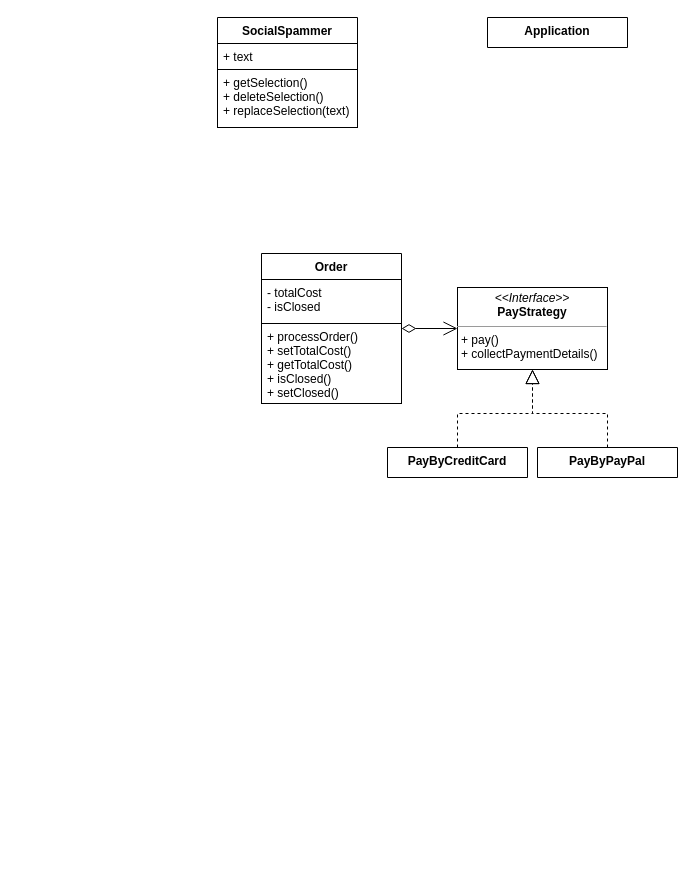
Before: page "Strategy" (20 of 22) of Diagramas.drawio in estebansalas18/Patrones-GoF, a draw.io diagram. Source tidied: cells renumbered, new cells numbered last; positions are measured from the earlier drawing's top-left corner, leaving out a move shared by most shapes. Both pictures are drawn from the tidied source at 100%, with x=0, y=0 at pixel (217, 17).
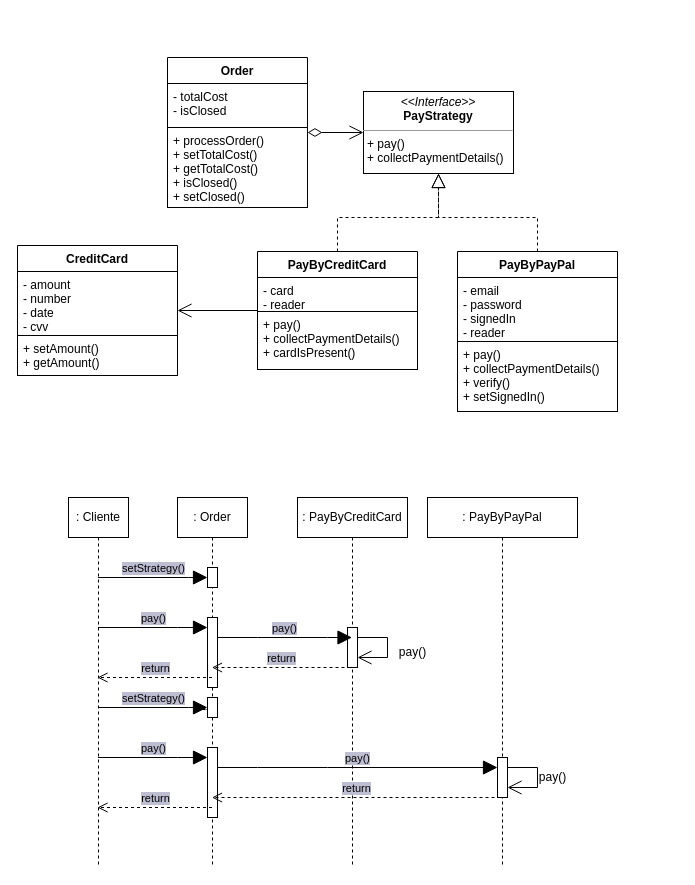
Above is the later version.

What changed in the source:
```diff
@@
+    <mxCell id="15" style="edgeStyle=orthogonalEdgeStyle;rounded=0;jettySize=auto;html=1;endArrow=open;endFill=0;endSize=12;" parent="1" edge="1" source="2" target="18">
+      <mxGeometry relative="1" as="geometry" />
+    </mxCell>
-    <mxCell id="2" value="SocialSpammer" style="swimlane;fontStyle=1;align=center;verticalAlign=top;horizontal=1;startSize=26;rounded=0;shadow=0;labelBackgroundColor=none;sketch=0;fillStyle=auto;fontColor=#000000;strokeColor=#000000;strokeWidth=1;fillColor=#FFFFFF;gradientColor=none;" parent="1" vertex="1">
-      <mxGeometry width="140" height="110" as="geometry" />
+    <mxCell id="2" value="PayByCreditCard" style="swimlane;fontStyle=1;align=center;verticalAlign=top;horizontal=1;startSize=26;rounded=0;shadow=0;labelBackgroundColor=none;sketch=0;fillStyle=auto;fontColor=#000000;strokeColor=#000000;strokeWidth=1;fillColor=#FFFFFF;gradientColor=none;" parent="1" vertex="1">
+      <mxGeometry x="40" y="234" width="160" height="118" as="geometry" />
     </mxCell>
-    <mxCell id="3" value="+ text" style="text;strokeColor=#000000;fillColor=#FFFFFF;align=left;verticalAlign=top;spacingLeft=4;spacingRight=4;overflow=hidden;rounded=0;shadow=0;labelBackgroundColor=none;sketch=0;fillStyle=auto;fontColor=#000000;" parent="2" vertex="1">
-      <mxGeometry y="26" width="140" height="26" as="geometry" />
+    <mxCell id="3" value="- card&#10;- reader" style="text;strokeColor=#000000;fillColor=#FFFFFF;align=left;verticalAlign=top;spacingLeft=4;spacingRight=4;overflow=hidden;rounded=0;shadow=0;labelBackgroundColor=none;sketch=0;fillStyle=auto;fontColor=#000000;" parent="2" vertex="1">
+      <mxGeometry y="26" width="160" height="34" as="geometry" />
     </mxCell>
-    <mxCell id="4" value="+ getSelection()&#10;+ deleteSelection()&#10;+ replaceSelection(text)" style="text;strokeColor=#000000;fillColor=#FFFFFF;align=left;verticalAlign=top;spacingLeft=4;spacingRight=4;overflow=hidden;rounded=0;shadow=0;labelBackgroundColor=none;sketch=0;fillStyle=auto;fontColor=#000000;" parent="2" vertex="1">
-      <mxGeometry y="52" width="140" height="58" as="geometry" />
+    <mxCell id="4" value="+ pay()&#10;+ collectPaymentDetails()&#10;+ cardIsPresent()" style="text;strokeColor=#000000;fillColor=#FFFFFF;align=left;verticalAlign=top;spacingLeft=4;spacingRight=4;overflow=hidden;rounded=0;shadow=0;labelBackgroundColor=none;sketch=0;fillStyle=auto;fontColor=#000000;" parent="2" vertex="1">
+      <mxGeometry y="60" width="160" height="58" as="geometry" />
     </mxCell>
     <mxCell id="5" value="&lt;p style=&quot;margin:0px;margin-top:4px;text-align:center;&quot;&gt;&lt;i&gt;&amp;lt;&amp;lt;Interface&amp;gt;&amp;gt;&lt;/i&gt;&lt;br&gt;&lt;b&gt;PayStrategy&lt;/b&gt;&lt;/p&gt;&lt;hr size=&quot;1&quot;&gt;&lt;p style=&quot;margin:0px;margin-left:4px;&quot;&gt;&lt;span style=&quot;background-color: initial;&quot;&gt;+ pay()&lt;/span&gt;&lt;/p&gt;&lt;p style=&quot;margin:0px;margin-left:4px;&quot;&gt;+ collectPaymentDetails()&lt;/p&gt;" style="verticalAlign=top;align=left;overflow=fill;fontSize=12;fontFamily=Helvetica;html=1;fillColor=#FFFFFF;fontColor=#000000;strokeColor=#000000;" parent="1" vertex="1">
-      <mxGeometry x="240" y="270" width="150" height="82" as="geometry" />
+      <mxGeometry x="146" y="74" width="150" height="82" as="geometry" />
     </mxCell>
-    <mxCell id="6" value="Application" style="swimlane;fontStyle=1;align=center;verticalAlign=top;horizontal=1;startSize=110;labelBackgroundColor=none;strokeWidth=1;strokeColor=#000000;swimlaneLine=1;fillColor=#FFFFFF;" parent="1" vertex="1">
-      <mxGeometry x="270" width="140" height="30" as="geometry" />
-    </mxCell>
@@
     <mxCell id="8" value="Order" style="swimlane;fontStyle=1;align=center;verticalAlign=top;horizontal=1;startSize=26;rounded=0;shadow=0;labelBackgroundColor=none;sketch=0;fillStyle=auto;fontColor=#000000;strokeColor=#000000;strokeWidth=1;fillColor=#FFFFFF;gradientColor=none;" parent="1" vertex="1">
-      <mxGeometry x="44" y="236" width="140" height="150" as="geometry" />
+      <mxGeometry x="-50" y="40" width="140" height="150" as="geometry" />
     </mxCell>
@@
+    <mxCell id="13" style="edgeStyle=orthogonalEdgeStyle;rounded=0;jettySize=auto;html=1;startArrow=none;startFill=0;endArrow=block;endFill=0;startSize=12;endSize=12;dashed=1;" parent="1" edge="1" source="2" target="5">
+      <mxGeometry relative="1" as="geometry" />
+    </mxCell>
-    <mxCell id="12" value="PayByPayPal" style="swimlane;fontStyle=1;align=center;verticalAlign=top;horizontal=1;startSize=110;labelBackgroundColor=none;strokeWidth=1;strokeColor=#000000;swimlaneLine=1;fillColor=#FFFFFF;" parent="1" vertex="1">
-      <mxGeometry x="320" y="430" width="140" height="30" as="geometry" />
+    <mxCell id="12" value="PayByPayPal" style="swimlane;fontStyle=1;align=center;verticalAlign=top;horizontal=1;startSize=26;rounded=0;shadow=0;labelBackgroundColor=none;sketch=0;fillStyle=auto;fontColor=#000000;strokeColor=#000000;strokeWidth=1;fillColor=#FFFFFF;gradientColor=none;" parent="1" vertex="1">
+      <mxGeometry x="240" y="234" width="160" height="160" as="geometry" />
     </mxCell>
-    <mxCell id="13" style="edgeStyle=orthogonalEdgeStyle;rounded=0;jettySize=auto;html=1;startArrow=none;startFill=0;endArrow=block;endFill=0;startSize=12;endSize=12;dashed=1;" parent="1" edge="1" source="14" target="5">
-      <mxGeometry relative="1" as="geometry" />
-    </mxCell>
-    <mxCell id="14" value="PayByCreditCard" style="swimlane;fontStyle=1;align=center;verticalAlign=top;horizontal=1;startSize=110;labelBackgroundColor=none;strokeWidth=1;strokeColor=#000000;swimlaneLine=1;fillColor=#FFFFFF;" parent="1" vertex="1">
-      <mxGeometry x="170" y="430" width="140" height="30" as="geometry" />
-    </mxCell>
+    <mxCell id="16" value="- email&#10;- password&#10;- signedIn&#10;- reader" style="text;strokeColor=#000000;fillColor=#FFFFFF;align=left;verticalAlign=top;spacingLeft=4;spacingRight=4;overflow=hidden;rounded=0;shadow=0;labelBackgroundColor=none;sketch=0;fillStyle=auto;fontColor=#000000;" parent="12" vertex="1">
+      <mxGeometry y="26" width="160" height="64" as="geometry" />
+    </mxCell>
+    <mxCell id="17" value="+ pay()&#10;+ collectPaymentDetails()&#10;+ verify()&#10;+ setSignedIn()" style="text;strokeColor=#000000;fillColor=#FFFFFF;align=left;verticalAlign=top;spacingLeft=4;spacingRight=4;overflow=hidden;rounded=0;shadow=0;labelBackgroundColor=none;sketch=0;fillStyle=auto;fontColor=#000000;" parent="12" vertex="1">
+      <mxGeometry y="90" width="160" height="70" as="geometry" />
+    </mxCell>
+    <mxCell id="18" value="CreditCard" style="swimlane;fontStyle=1;align=center;verticalAlign=top;horizontal=1;startSize=26;rounded=0;shadow=0;labelBackgroundColor=none;sketch=0;fillStyle=auto;fontColor=#000000;strokeColor=#000000;strokeWidth=1;fillColor=#FFFFFF;gradientColor=none;" parent="1" vertex="1">
+      <mxGeometry x="-200" y="228" width="160" height="130" as="geometry" />
+    </mxCell>
+    <mxCell id="19" value="- amount&#10;- number&#10;- date&#10;- cvv" style="text;strokeColor=#000000;fillColor=#FFFFFF;align=left;verticalAlign=top;spacingLeft=4;spacingRight=4;overflow=hidden;rounded=0;shadow=0;labelBackgroundColor=none;sketch=0;fillStyle=auto;fontColor=#000000;" parent="18" vertex="1">
+      <mxGeometry y="26" width="160" height="64" as="geometry" />
+    </mxCell>
+    <mxCell id="20" value="+ setAmount()&#10;+ getAmount()" style="text;strokeColor=#000000;fillColor=#FFFFFF;align=left;verticalAlign=top;spacingLeft=4;spacingRight=4;overflow=hidden;rounded=0;shadow=0;labelBackgroundColor=none;sketch=0;fillStyle=auto;fontColor=#000000;" parent="18" vertex="1">
+      <mxGeometry y="90" width="160" height="40" as="geometry" />
+    </mxCell>
+    <mxCell id="21" value=": Cliente" style="shape=umlLifeline;perimeter=lifelinePerimeter;whiteSpace=wrap;html=1;outlineConnect=0;rounded=0;shadow=0;labelBackgroundColor=none;sketch=0;fillStyle=auto;fontColor=#000000;strokeColor=#000000;strokeWidth=1;fillColor=#FFFFFF;gradientColor=none;" parent="1" vertex="1">
+      <mxGeometry x="-149" y="480" width="60" height="370" as="geometry" />
+    </mxCell>
+    <mxCell id="22" value=": Order" style="shape=umlLifeline;perimeter=lifelinePerimeter;whiteSpace=wrap;html=1;outlineConnect=0;rounded=0;shadow=0;labelBackgroundColor=none;sketch=0;fillStyle=auto;fontColor=#000000;strokeColor=#000000;strokeWidth=1;fillColor=#FFFFFF;gradientColor=none;" parent="1" vertex="1">
+      <mxGeometry x="-40" y="480" width="70" height="370" as="geometry" />
+    </mxCell>
+    <mxCell id="23" style="html=1;verticalAlign=bottom;endArrow=none;dashed=1;endSize=8;rounded=0;labelBackgroundColor=#BEBED3;fontColor=#000000;strokeColor=#000000;strokeWidth=1;fillColor=#FFFFFF;jumpSize=10;" parent="22" edge="1">
+      <mxGeometry relative="1" as="geometry">
+        <mxPoint x="40" y="212" as="sourcePoint" />
+        <mxPoint x="35.5" y="212" as="targetPoint" />
+        <Array as="points">
+          <mxPoint x="25.5" y="212" />
+        </Array>
+      </mxGeometry>
+    </mxCell>
+    <mxCell id="24" style="html=1;points=[];perimeter=orthogonalPerimeter;rounded=0;shadow=0;labelBackgroundColor=none;sketch=0;fillStyle=auto;fontColor=#000000;strokeColor=#000000;strokeWidth=1;fillColor=#FFFFFF;gradientColor=none;" parent="22" vertex="1">
+      <mxGeometry x="30" y="70" width="10" height="20" as="geometry" />
+    </mxCell>
+    <mxCell id="25" value=": PayByCreditCard" style="shape=umlLifeline;perimeter=lifelinePerimeter;whiteSpace=wrap;html=1;outlineConnect=0;rounded=0;shadow=0;labelBackgroundColor=none;sketch=0;fillStyle=auto;fontColor=#000000;strokeColor=#000000;strokeWidth=1;fillColor=#FFFFFF;gradientColor=none;" parent="1" vertex="1">
+      <mxGeometry x="80" y="480" width="110" height="370" as="geometry" />
+    </mxCell>
+    <mxCell id="26" style="html=1;points=[];perimeter=orthogonalPerimeter;rounded=0;shadow=0;labelBackgroundColor=none;sketch=0;fillStyle=auto;fontColor=#000000;strokeColor=#000000;strokeWidth=1;fillColor=#FFFFFF;gradientColor=none;" parent="25" vertex="1">
+      <mxGeometry x="50" y="130" width="10" height="40" as="geometry" />
+    </mxCell>
+    <mxCell id="27" style="edgeStyle=orthogonalEdgeStyle;rounded=0;orthogonalLoop=1;jettySize=auto;html=1;endArrow=open;endFill=0;endSize=12;" parent="25" edge="1" source="26" target="26">
+      <mxGeometry relative="1" as="geometry">
+        <Array as="points">
+          <mxPoint x="90" y="150" />
+        </Array>
+      </mxGeometry>
+    </mxCell>
+    <mxCell id="28" value="setStrategy()" style="html=1;verticalAlign=bottom;endArrow=block;rounded=0;labelBackgroundColor=#BEBED3;fontColor=#000000;startSize=12;endSize=12;strokeColor=#000000;strokeWidth=1;fillColor=#FFFFFF;jumpSize=10;" parent="1" edge="1" source="21" target="24">
+      <mxGeometry relative="1" as="geometry">
+        <Array as="points">
+          <mxPoint x="-29" y="560" />
+        </Array>
+      </mxGeometry>
+    </mxCell>
+    <mxCell id="29" value="pay()" style="html=1;verticalAlign=bottom;endArrow=block;rounded=0;labelBackgroundColor=#BEBED3;fontColor=#000000;startSize=12;endSize=12;strokeColor=#000000;strokeWidth=1;fillColor=#FFFFFF;jumpSize=10;" parent="1" edge="1" source="21" target="34">
+      <mxGeometry relative="1" as="geometry">
+        <Array as="points">
+          <mxPoint x="-40" y="610" />
+          <mxPoint x="-10" y="610" />
+        </Array>
+      </mxGeometry>
+    </mxCell>
+    <mxCell id="30" value=": PayByPayPal" style="shape=umlLifeline;perimeter=lifelinePerimeter;whiteSpace=wrap;html=1;rounded=0;shadow=0;labelBackgroundColor=none;sketch=0;fillStyle=auto;fontColor=#000000;strokeColor=#000000;strokeWidth=1;fillColor=#FFFFFF;gradientColor=none;" parent="1" vertex="1">
+      <mxGeometry x="210" y="480" width="150" height="370" as="geometry" />
+    </mxCell>
+    <mxCell id="31" style="html=1;points=[];perimeter=orthogonalPerimeter;rounded=0;shadow=0;labelBackgroundColor=none;sketch=0;fillStyle=auto;fontColor=#000000;strokeColor=#000000;strokeWidth=1;fillColor=#FFFFFF;gradientColor=none;" parent="30" vertex="1">
+      <mxGeometry x="70" y="260" width="10" height="40" as="geometry" />
+    </mxCell>
+    <mxCell id="32" style="edgeStyle=orthogonalEdgeStyle;rounded=0;orthogonalLoop=1;jettySize=auto;html=1;endArrow=open;endFill=0;endSize=12;" parent="30" edge="1" source="31" target="31">
+      <mxGeometry relative="1" as="geometry">
+        <Array as="points">
+          <mxPoint x="110" y="270" />
+        </Array>
+      </mxGeometry>
+    </mxCell>
+    <mxCell id="33" value="pay()" style="text;html=1;align=center;verticalAlign=middle;strokeColor=none;fillColor=none;" parent="30" vertex="1">
+      <mxGeometry x="100" y="265" width="50" height="30" as="geometry" />
+    </mxCell>
+    <mxCell id="34" style="html=1;points=[];perimeter=orthogonalPerimeter;rounded=0;shadow=0;labelBackgroundColor=none;sketch=0;fillStyle=auto;fontColor=#000000;strokeColor=#000000;strokeWidth=1;fillColor=#FFFFFF;gradientColor=none;" parent="1" vertex="1">
+      <mxGeometry x="-10" y="600" width="10" height="70" as="geometry" />
+    </mxCell>
+    <mxCell id="35" value="pay()" style="html=1;verticalAlign=bottom;endArrow=block;rounded=0;labelBackgroundColor=#BEBED3;fontColor=#000000;startSize=12;endSize=12;strokeColor=#000000;strokeWidth=1;fillColor=#FFFFFF;jumpSize=10;" parent="1" edge="1" source="34" target="25">
+      <mxGeometry relative="1" as="geometry">
+        <Array as="points">
+          <mxPoint x="40" y="620" />
+          <mxPoint x="110" y="620" />
+        </Array>
+      </mxGeometry>
+    </mxCell>
+    <mxCell id="36" value="pay()" style="text;html=1;align=center;verticalAlign=middle;strokeColor=none;fillColor=none;" parent="1" vertex="1">
+      <mxGeometry x="170" y="620" width="50" height="30" as="geometry" />
+    </mxCell>
+    <mxCell id="37" value="return" style="html=1;verticalAlign=bottom;endArrow=open;dashed=1;endSize=8;rounded=0;labelBackgroundColor=#BEBED3;fontColor=#000000;strokeColor=#000000;strokeWidth=1;fillColor=#FFFFFF;jumpSize=10;startArrow=none;exitX=0.3;exitY=1;exitDx=0;exitDy=0;exitPerimeter=0;" parent="1" edge="1" source="26" target="22">
+      <mxGeometry relative="1" as="geometry" />
+    </mxCell>
+    <mxCell id="38" value="return" style="html=1;verticalAlign=bottom;endArrow=open;dashed=1;endSize=8;rounded=0;labelBackgroundColor=#BEBED3;fontColor=#000000;strokeColor=#000000;strokeWidth=1;fillColor=#FFFFFF;jumpSize=10;startArrow=none;" parent="1" edge="1" source="22">
+      <mxGeometry relative="1" as="geometry">
+        <mxPoint x="-120" y="660" as="targetPoint" />
+      </mxGeometry>
+    </mxCell>
+    <mxCell id="39" style="html=1;points=[];perimeter=orthogonalPerimeter;rounded=0;shadow=0;labelBackgroundColor=none;sketch=0;fillStyle=auto;fontColor=#000000;strokeColor=#000000;strokeWidth=1;fillColor=#FFFFFF;gradientColor=none;" parent="1" vertex="1">
+      <mxGeometry x="-10" y="680" width="10" height="20" as="geometry" />
+    </mxCell>
+    <mxCell id="40" value="setStrategy()" style="html=1;verticalAlign=bottom;endArrow=block;rounded=0;labelBackgroundColor=#BEBED3;fontColor=#000000;startSize=12;endSize=12;strokeColor=#000000;strokeWidth=1;fillColor=#FFFFFF;jumpSize=10;" parent="1" edge="1" target="39">
+      <mxGeometry relative="1" as="geometry">
+        <mxPoint x="-119.5" y="690" as="sourcePoint" />
+        <Array as="points">
+          <mxPoint x="-29" y="690" />
+        </Array>
+      </mxGeometry>
+    </mxCell>
+    <mxCell id="41" value="pay()" style="html=1;verticalAlign=bottom;endArrow=block;rounded=0;labelBackgroundColor=#BEBED3;fontColor=#000000;startSize=12;endSize=12;strokeColor=#000000;strokeWidth=1;fillColor=#FFFFFF;jumpSize=10;" parent="1" edge="1" target="42">
+      <mxGeometry relative="1" as="geometry">
+        <mxPoint x="-119.5" y="740" as="sourcePoint" />
+        <Array as="points">
+          <mxPoint x="-40" y="740" />
+          <mxPoint x="-10" y="740" />
+        </Array>
+      </mxGeometry>
+    </mxCell>
+    <mxCell id="42" style="html=1;points=[];perimeter=orthogonalPerimeter;rounded=0;shadow=0;labelBackgroundColor=none;sketch=0;fillStyle=auto;fontColor=#000000;strokeColor=#000000;strokeWidth=1;fillColor=#FFFFFF;gradientColor=none;" parent="1" vertex="1">
+      <mxGeometry x="-10" y="730" width="10" height="70" as="geometry" />
+    </mxCell>
+    <mxCell id="43" value="pay()" style="html=1;verticalAlign=bottom;endArrow=block;rounded=0;labelBackgroundColor=#BEBED3;fontColor=#000000;startSize=12;endSize=12;strokeColor=#000000;strokeWidth=1;fillColor=#FFFFFF;jumpSize=10;" parent="1" edge="1" source="42" target="31">
+      <mxGeometry relative="1" as="geometry">
+        <Array as="points">
+          <mxPoint x="40" y="750" />
+          <mxPoint x="110" y="750" />
+        </Array>
+      </mxGeometry>
+    </mxCell>
+    <mxCell id="44" value="return" style="html=1;verticalAlign=bottom;endArrow=open;dashed=1;endSize=8;rounded=0;labelBackgroundColor=#BEBED3;fontColor=#000000;strokeColor=#000000;strokeWidth=1;fillColor=#FFFFFF;jumpSize=10;startArrow=none;exitX=0.3;exitY=1;exitDx=0;exitDy=0;exitPerimeter=0;" parent="1" edge="1" source="31">
+      <mxGeometry relative="1" as="geometry">
+        <mxPoint x="-5.5" y="780" as="targetPoint" />
+      </mxGeometry>
+    </mxCell>
+    <mxCell id="45" value="return" style="html=1;verticalAlign=bottom;endArrow=open;dashed=1;endSize=8;rounded=0;labelBackgroundColor=#BEBED3;fontColor=#000000;strokeColor=#000000;strokeWidth=1;fillColor=#FFFFFF;jumpSize=10;startArrow=none;" parent="1" edge="1">
+      <mxGeometry relative="1" as="geometry">
+        <mxPoint x="-5.5" y="790" as="sourcePoint" />
+        <mxPoint x="-120" y="790" as="targetPoint" />
+      </mxGeometry>
+    </mxCell>
```
